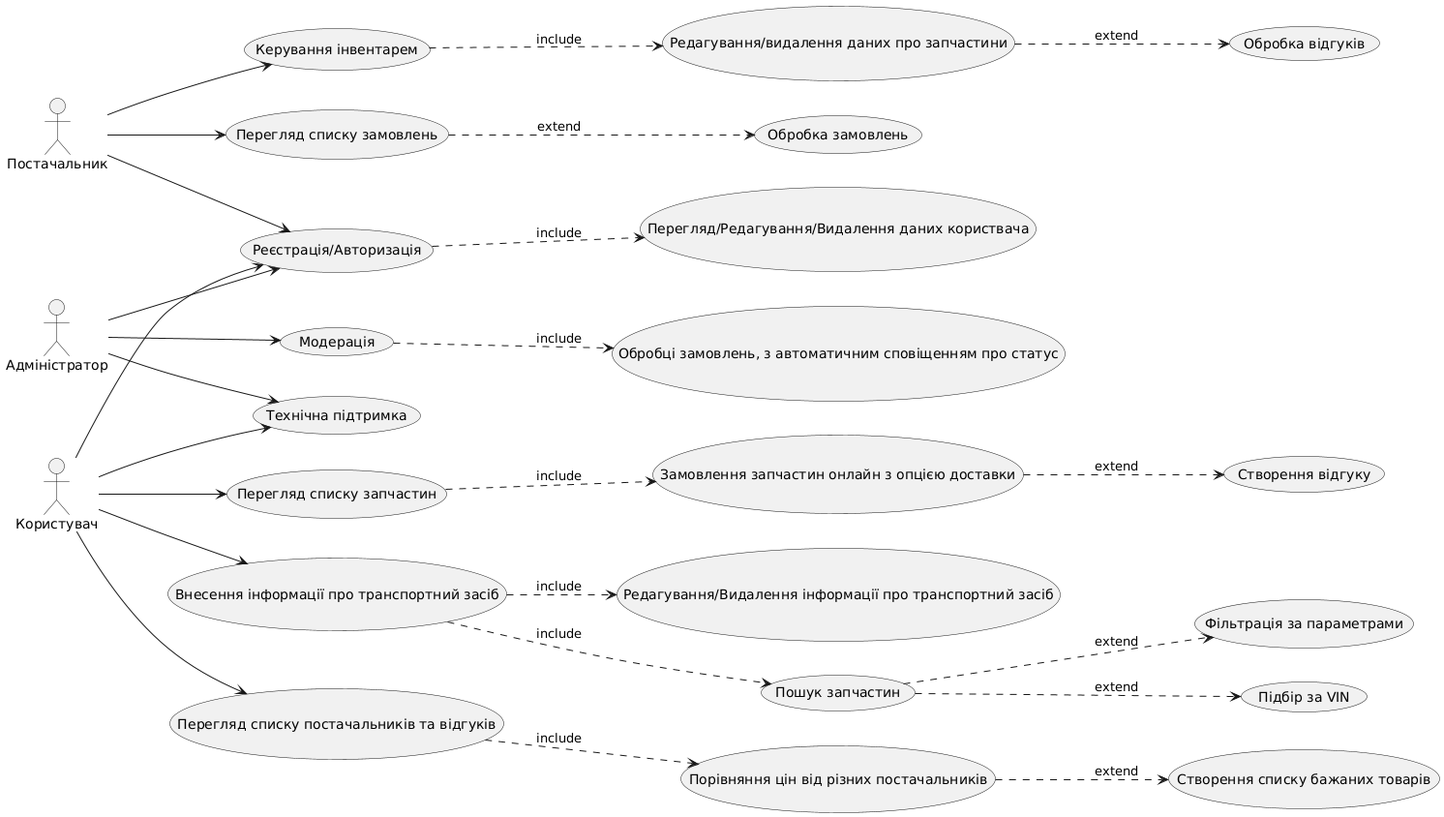
Earlier version of the PlantUML export lab01/usecase_diagram.png (MykolaTrofimchuk/Software-modeling-and-analysis). Its diagram source:
```plantuml
@startuml
left to right direction

actor Користувач
actor Постачальник
actor Адміністратор

usecase "Реєстрація/Авторизація" as UC1
usecase "Перегляд/Редагування/Видалення даних користвача" as UC111

usecase "Пошук запчастин" as UC2
usecase "Внесення інформації про транспортний засіб" as UC3
usecase "Редагування/Видалення інформації про транспортний засіб" as UC33
usecase "Фільтрація за параметрами" as UC22
usecase "Підбір за VIN" as UC4
usecase "Перегляд списку постачальників та відгуків" as UC5
usecase "Порівняння цін від різних постачальників" as UC6
usecase "Cтворення списку бажаних товарів" as UC7
usecase "Перегляд списку запчастин" as UC8
usecase "Замовлення запчастин онлайн з опцією доставки" as UC9
usecase "Створення відгуку" as UC99

usecase "Керування інвентарем" as UC10
usecase "Редагування/видалення даних про запчастини" as UC11
usecase "Перегляд списку замовлень" as UC12
usecase "Обробка замовлень" as UC13
usecase "Обробка відгуків" as UC133


usecase "Модерація" as UC14
usecase "Обробці замовлень, з автоматичним сповіщенням про статус" as UC144

usecase "Технічна підтримка" as UC15

Користувач --> UC1
Користувач --> UC3
Користувач --> UC5
Користувач --> UC8
Користувач --> UC15
Постачальник --> UC1
Постачальник --> UC10
Постачальник --> UC12
Адміністратор --> UC1
Адміністратор --> UC14
Адміністратор --> UC15

UC1 ..> UC111 : include

UC2 ..> UC4 : extend
UC2 ..> UC22 : extend
UC3 ..> UC2 : include
UC3 ..> UC33 : include
UC5 ..> UC6 : include
UC8 ..> UC9 : include
UC6 ..> UC7 : extend
UC9 ..> UC99 : extend

UC10 ..> UC11 : include
UC12 ..> UC13 : extend
UC11 ..> UC133 : extend

UC14 ..> UC144 : include
@enduml
```
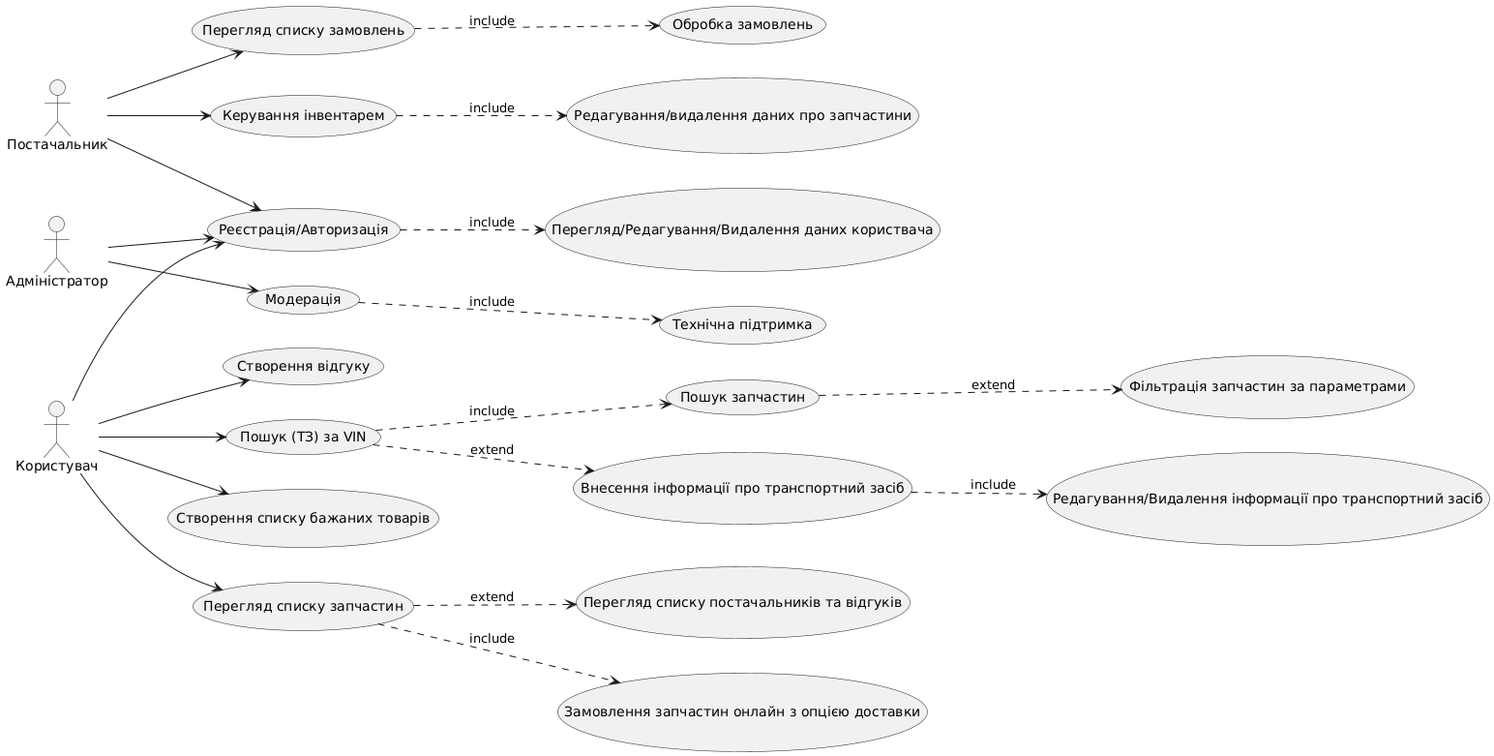
Later version of the same file.

Commit message:
Fixed Lab01 diagram

Change to the diagram source:
```diff
@@ -11,10 +11,9 @@
 usecase "Пошук запчастин" as UC2
 usecase "Внесення інформації про транспортний засіб" as UC3
 usecase "Редагування/Видалення інформації про транспортний засіб" as UC33
-usecase "Фільтрація за параметрами" as UC22
-usecase "Підбір за VIN" as UC4
+usecase "Фільтрація запчастин за параметрами" as UC22
+usecase "Пошук (ТЗ) за VIN" as UC4
 usecase "Перегляд списку постачальників та відгуків" as UC5
-usecase "Порівняння цін від різних постачальників" as UC6
 usecase "Cтворення списку бажаних товарів" as UC7
 usecase "Перегляд списку запчастин" as UC8
 usecase "Замовлення запчастин онлайн з опцією доставки" as UC9
@@ -24,40 +23,32 @@
 usecase "Редагування/видалення даних про запчастини" as UC11
 usecase "Перегляд списку замовлень" as UC12
 usecase "Обробка замовлень" as UC13
-usecase "Обробка відгуків" as UC133
 
 
 usecase "Модерація" as UC14
-usecase "Обробці замовлень, з автоматичним сповіщенням про статус" as UC144
 
 usecase "Технічна підтримка" as UC15
 
 Користувач --> UC1
-Користувач --> UC3
-Користувач --> UC5
+Користувач --> UC4
+Користувач --> UC7
 Користувач --> UC8
-Користувач --> UC15
+Користувач --> UC99
 Постачальник --> UC1
 Постачальник --> UC10
 Постачальник --> UC12
 Адміністратор --> UC1
 Адміністратор --> UC14
-Адміністратор --> UC15
 
 UC1 ..> UC111 : include
 
-UC2 ..> UC4 : extend
+UC4 ..> UC3 : extend
+UC4 ..> UC2 : include
 UC2 ..> UC22 : extend
-UC3 ..> UC2 : include
 UC3 ..> UC33 : include
-UC5 ..> UC6 : include
 UC8 ..> UC9 : include
-UC6 ..> UC7 : extend
-UC9 ..> UC99 : extend
-
+UC8 ..> UC5 : extend
 UC10 ..> UC11 : include
-UC12 ..> UC13 : extend
-UC11 ..> UC133 : extend
-
-UC14 ..> UC144 : include
+UC12 ..> UC13 : include
+UC14 ..> UC15 : include
 @enduml
```
